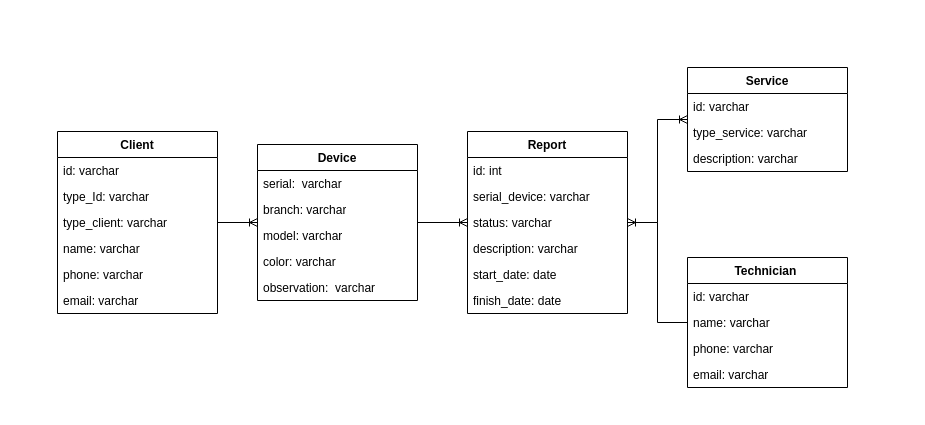
Above: projects/tech_support/Tech_support.drawio in Alejo2304/website_projects (draw.io), before the change. Source tidied: cells renumbered, new cells numbered last; positions are measured from the earlier drawing's top-left corner, leaving out a move shared by most shapes. Both pictures are drawn from the tidied source at 100%, with x=0, y=0 at pixel (57, 67).
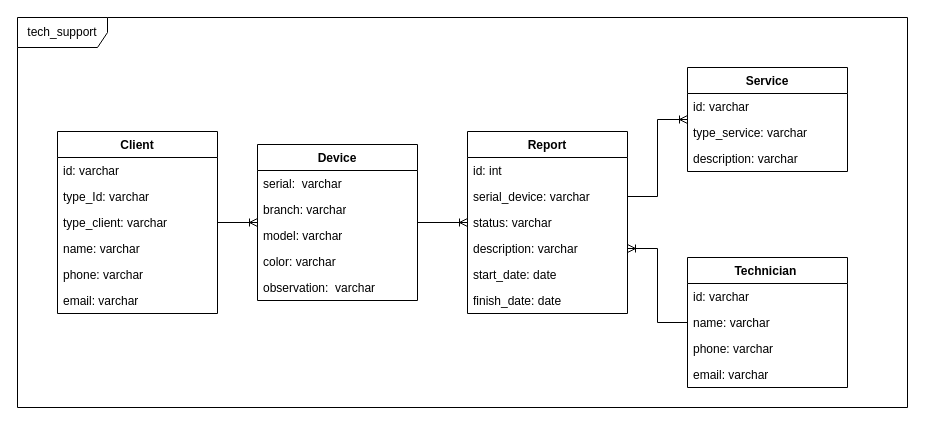
Above is the later version.

Unchanged cells that the change refers to:
```xml
<mxCell id="9" value="Technician&amp;nbsp;" style="swimlane;fontStyle=1;align=center;verticalAlign=top;horizontal=1;startSize=26;whiteSpace=wrap;html=1;" parent="1" vertex="1">
  <mxGeometry x="630" y="190" width="160" height="130" as="geometry" />
</mxCell>
<mxCell id="20" value="Report" style="swimlane;fontStyle=1;align=center;verticalAlign=top;horizontal=1;startSize=26;whiteSpace=wrap;html=1;" parent="1" vertex="1">
  <mxGeometry x="410" y="64" width="160" height="182" as="geometry" />
</mxCell>
<mxCell id="22" value="serial_device: varchar" style="text;strokeColor=none;fillColor=none;align=left;verticalAlign=top;spacingLeft=4;spacingRight=4;overflow=hidden;points=[[0,0.5],[1,0.5]];portConstraint=eastwest;whiteSpace=wrap;html=1;" parent="20" vertex="1">
  <mxGeometry y="52" width="160" height="26" as="geometry" />
</mxCell>
<mxCell id="24" value="description: varchar" style="text;strokeColor=none;fillColor=none;align=left;verticalAlign=top;spacingLeft=4;spacingRight=4;overflow=hidden;points=[[0,0.5],[1,0.5]];portConstraint=eastwest;whiteSpace=wrap;html=1;" parent="20" vertex="1">
  <mxGeometry y="104" width="160" height="26" as="geometry" />
</mxCell>
<mxCell id="27" value="Service" style="swimlane;fontStyle=1;align=center;verticalAlign=top;horizontal=1;startSize=26;whiteSpace=wrap;html=1;" parent="1" vertex="1">
  <mxGeometry x="630" width="160" height="104" as="geometry" />
</mxCell>
```

The edit, as a diff of the source:
```diff
@@
-    <mxCell id="33" style="edgeStyle=entityRelationEdgeStyle;fontSize=12;html=1;endArrow=ERoneToMany;rounded=0;" parent="1" edge="1" source="9" target="20">
+    <mxCell id="33" style="edgeStyle=entityRelationEdgeStyle;fontSize=12;html=1;endArrow=ERoneToMany;rounded=0;entryX=1;entryY=0.5;entryDx=0;entryDy=0;" parent="1" edge="1" source="9" target="24">
       <mxGeometry relative="1" as="geometry" />
     </mxCell>
-    <mxCell id="34" style="edgeStyle=entityRelationEdgeStyle;fontSize=12;html=1;endArrow=ERoneToMany;rounded=0;" parent="1" edge="1" source="20" target="27">
+    <mxCell id="34" style="edgeStyle=entityRelationEdgeStyle;fontSize=12;html=1;endArrow=ERoneToMany;rounded=0;exitX=1;exitY=0.5;exitDx=0;exitDy=0;" parent="1" edge="1" source="22" target="27">
       <mxGeometry relative="1" as="geometry" />
     </mxCell>
+    <mxCell id="35" value="tech_support" style="shape=umlFrame;whiteSpace=wrap;html=1;width=90;height=30;" parent="1" vertex="1">
+      <mxGeometry x="-40" y="-50" width="890" height="390" as="geometry" />
+    </mxCell>
```
